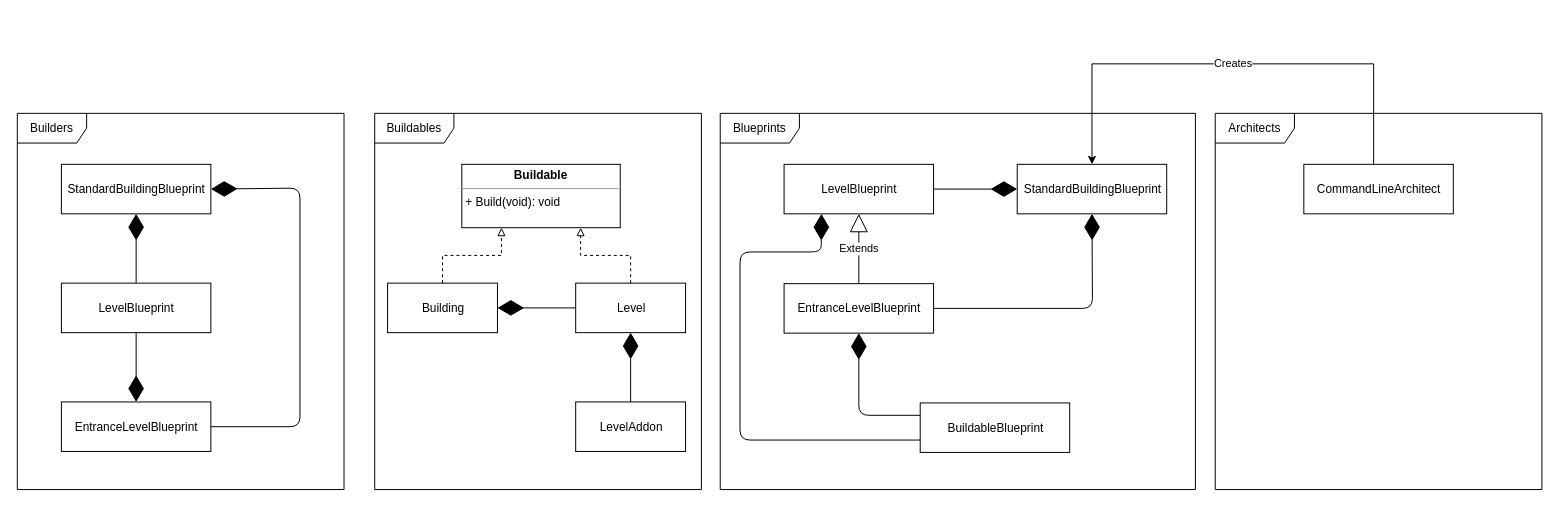
The draw.io diagram docs/class_architecture.drawio in mcwiet/building_design_challenge, before the edit. Source tidied: cells renumbered, new cells numbered last; positions are measured from the earlier drawing's top-left corner, leaving out a move shared by most shapes. Both pictures are drawn from the tidied source at 99%, with x=0, y=0 at pixel (17, 63).
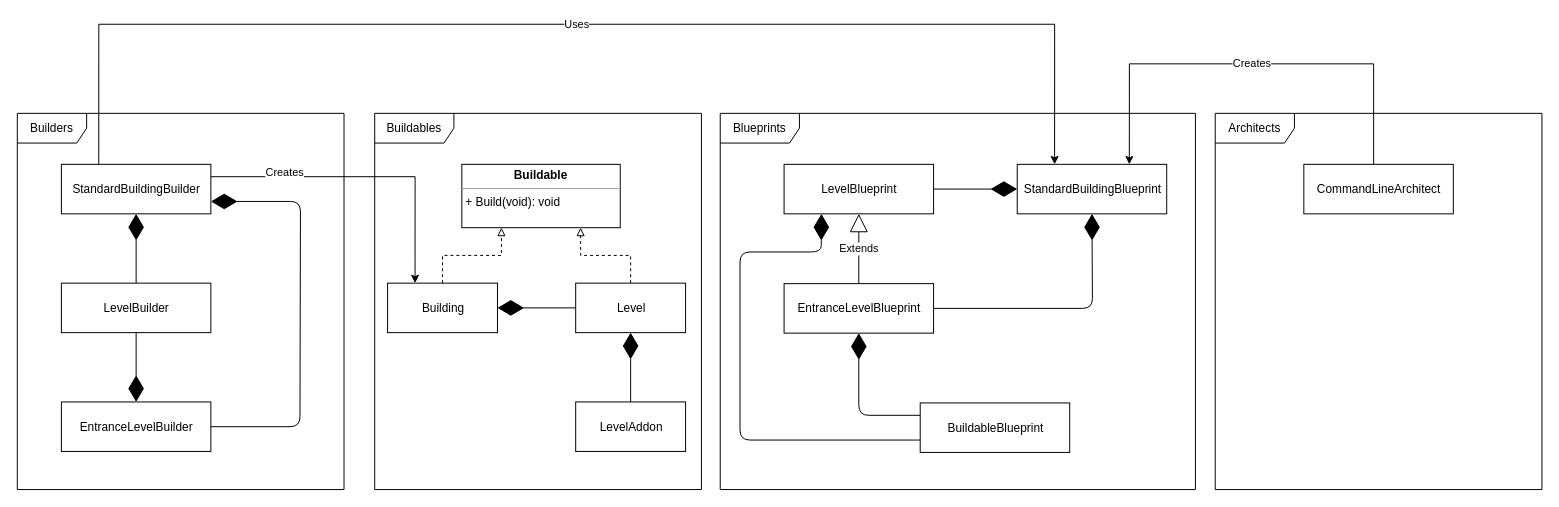
The same diagram, later.

Commit message:
Small updates to architecture diagram.

Unchanged cells that the change refers to:
```xml
<mxCell id="11" value="Building" style="html=1;" parent="1" vertex="1">
  <mxGeometry x="374" y="221.5" width="111" height="50" as="geometry" />
</mxCell>
<mxCell id="14" value="StandardBuildingBlueprint" style="html=1;" parent="1" vertex="1">
  <mxGeometry x="1010" y="101.5" width="151" height="50" as="geometry" />
</mxCell>
<mxCell id="16" value="CommandLineArchitect" style="html=1;" parent="1" vertex="1">
  <mxGeometry x="1299.5" y="101.5" width="151" height="50" as="geometry" />
</mxCell>
```

Diff of the diagram source:
```diff
@@
+    <mxCell id="31" value="Uses" style="edgeStyle=orthogonalEdgeStyle;rounded=0;jettySize=auto;html=1;entryX=0.25;entryY=0;entryDx=0;entryDy=0;endArrow=classic;endFill=1;exitX=0.25;exitY=0;exitDx=0;exitDy=0;" parent="1" edge="1" source="21" target="14">
+      <mxGeometry relative="1" as="geometry">
+        <Array as="points">
+          <mxPoint x="82" y="-40" />
+          <mxPoint x="1048" y="-40" />
+        </Array>
+      </mxGeometry>
+    </mxCell>
@@
-    <mxCell id="15" value="Creates" style="edgeStyle=orthogonalEdgeStyle;rounded=0;jettySize=auto;html=1;entryX=0.5;entryY=0;entryDx=0;entryDy=0;" parent="1" edge="1" source="16" target="14">
+    <mxCell id="15" value="Creates" style="edgeStyle=orthogonalEdgeStyle;rounded=0;jettySize=auto;html=1;entryX=0.75;entryY=0;entryDx=0;entryDy=0;endArrow=classic;endFill=1;" parent="1" edge="1" source="16" target="14">
       <mxGeometry relative="1" as="geometry">
         <Array as="points">
           <mxPoint x="1370" />
-          <mxPoint x="1086" />
+          <mxPoint x="1123" />
         </Array>
       </mxGeometry>
     </mxCell>
@@
-    <mxCell id="19" value="EntranceLevelBlueprint" style="html=1;" parent="1" vertex="1">
+    <mxCell id="19" value="EntranceLevelBuilder" style="html=1;" parent="1" vertex="1">
       <mxGeometry x="44.5" y="341.5" width="151" height="50" as="geometry" />
     </mxCell>
-    <mxCell id="20" value="LevelBlueprint" style="html=1;" parent="1" vertex="1">
+    <mxCell id="20" value="LevelBuilder" style="html=1;" parent="1" vertex="1">
       <mxGeometry x="44.5" y="221.5" width="151" height="50" as="geometry" />
     </mxCell>
+    <mxCell id="32" value="Creates" style="edgeStyle=orthogonalEdgeStyle;rounded=0;jettySize=auto;html=1;entryX=0.25;entryY=0;entryDx=0;entryDy=0;endArrow=classic;endFill=1;exitX=1;exitY=0.25;exitDx=0;exitDy=0;" parent="1" edge="1" source="21" target="11">
+      <mxGeometry x="-0.53" y="4" relative="1" as="geometry" />
+    </mxCell>
-    <mxCell id="21" value="StandardBuildingBlueprint" style="html=1;" parent="1" vertex="1">
+    <mxCell id="21" value="StandardBuildingBuilder" style="html=1;" parent="1" vertex="1">
       <mxGeometry x="44.5" y="101.5" width="151" height="50" as="geometry" />
     </mxCell>
@@
-    <mxCell id="23" style="endArrow=diamondThin;endFill=1;endSize=24;html=1;entryX=1;entryY=0.5;entryDx=0;entryDy=0;exitX=1;exitY=0.5;exitDx=0;exitDy=0;" parent="1" edge="1" source="19" target="21">
+    <mxCell id="23" style="endArrow=diamondThin;endFill=1;endSize=24;html=1;entryX=1;entryY=0.75;entryDx=0;entryDy=0;exitX=1;exitY=0.5;exitDx=0;exitDy=0;" parent="1" edge="1" source="19" target="21">
       <mxGeometry relative="1" as="geometry">
         <Array as="points">
           <mxPoint x="285.5" y="366.5" />
-          <mxPoint x="285.5" y="125.5" />
+          <mxPoint x="286" y="139" />
         </Array>
       </mxGeometry>
     </mxCell>
```
